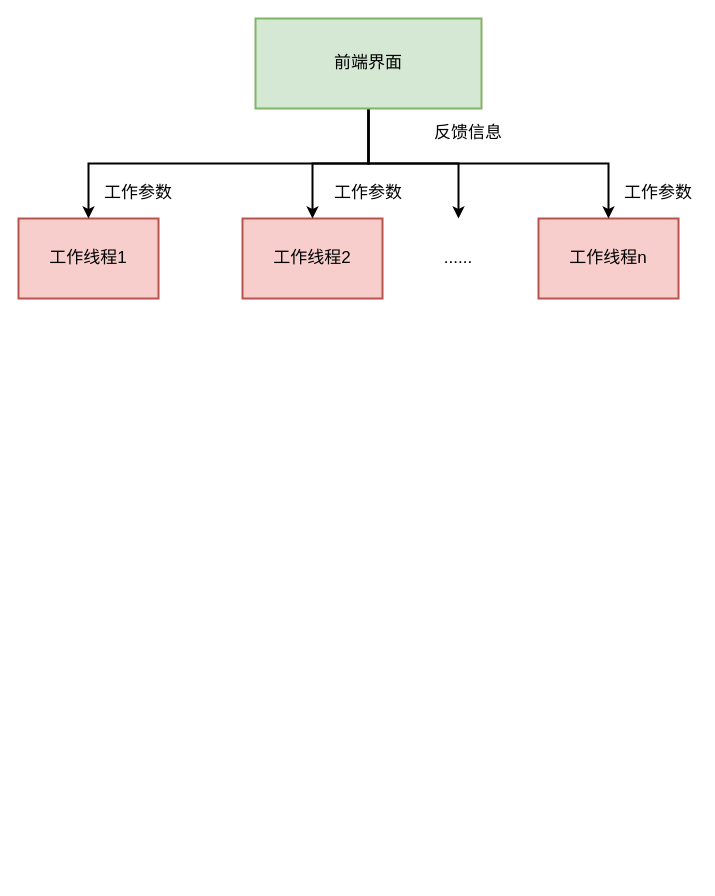
Before: Maps/networkLab.drawio in Icathian-Rain/process_maps, a draw.io diagram. Source tidied: cells renumbered, new cells numbered last; positions are measured from the earlier drawing's top-left corner, leaving out a move shared by most shapes. Both pictures are drawn from the tidied source at 100%, with x=0, y=0 at pixel (18, 18).
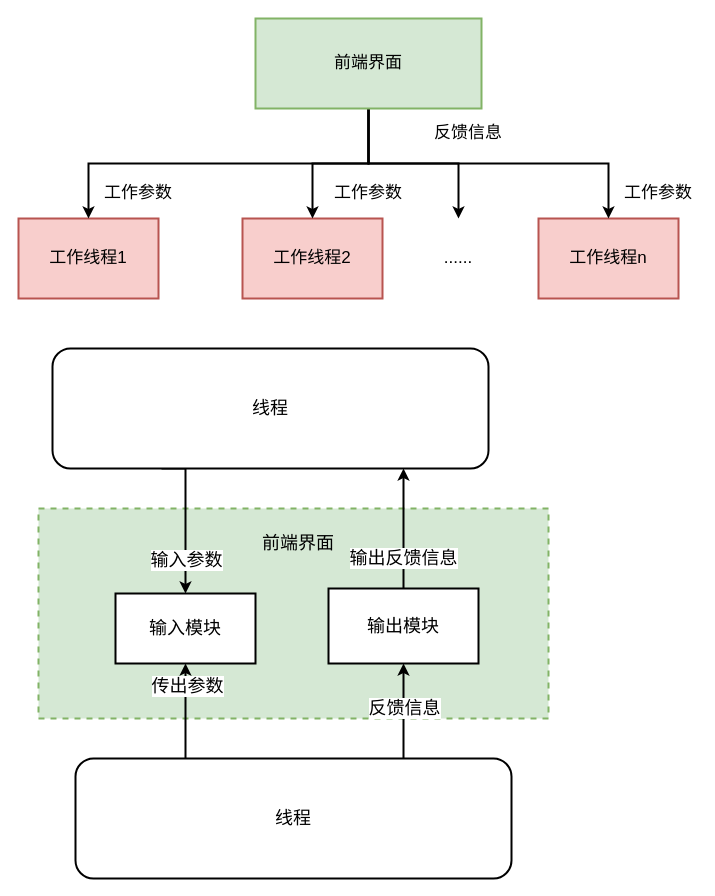
Above is the later version.

Change to the diagram source:
```diff
@@
+    <mxCell id="15" style="rounded=0;whiteSpace=wrap;html=1;strokeWidth=2;fontSize=17;dashed=1;fillColor=#d5e8d4;strokeColor=#82b366;" parent="1" vertex="1">
+      <mxGeometry x="20" y="490" width="510" height="210" as="geometry" />
+    </mxCell>
+    <mxCell id="16" value="前端界面" style="text;html=1;strokeColor=none;fillColor=none;align=center;verticalAlign=middle;whiteSpace=wrap;rounded=0;dashed=1;strokeWidth=2;fontSize=18;" parent="1" vertex="1">
+      <mxGeometry x="235" y="510" width="90" height="30" as="geometry" />
+    </mxCell>
+    <mxCell id="17" value="输入模块" style="rounded=0;whiteSpace=wrap;html=1;strokeWidth=2;fontSize=18;" parent="1" vertex="1">
+      <mxGeometry x="97" y="575" width="140" height="70" as="geometry" />
+    </mxCell>
+    <mxCell id="18" value="输出反馈信息" style="edgeStyle=orthogonalEdgeStyle;rounded=0;jettySize=auto;html=1;exitX=0.5;exitY=0;exitDx=0;exitDy=0;entryX=0.75;entryY=1;entryDx=0;entryDy=0;strokeWidth=2;fontSize=18;" parent="1" edge="1" source="19">
+      <mxGeometry x="-0.5" relative="1" as="geometry">
+        <mxPoint x="385" y="450" as="targetPoint" />
+      </mxGeometry>
+    </mxCell>
+    <mxCell id="19" value="输出模块" style="rounded=0;whiteSpace=wrap;html=1;strokeWidth=2;fontSize=18;" parent="1" vertex="1">
+      <mxGeometry x="310" y="570" width="150" height="75" as="geometry" />
+    </mxCell>
+    <mxCell id="20" style="edgeStyle=orthogonalEdgeStyle;rounded=0;jettySize=auto;html=1;exitX=0.75;exitY=0;exitDx=0;exitDy=0;strokeWidth=2;fontSize=18;" parent="1" edge="1" source="24" target="19">
+      <mxGeometry relative="1" as="geometry">
+        <Array as="points">
+          <mxPoint x="385" y="760" />
+        </Array>
+      </mxGeometry>
+    </mxCell>
+    <mxCell id="21" value="反馈信息" style="edgeLabel;html=1;align=center;verticalAlign=middle;fontSize=18;" parent="20" vertex="1">
+      <mxGeometry x="0.36" relative="1" as="geometry" />
+    </mxCell>
+    <mxCell id="22" style="edgeStyle=orthogonalEdgeStyle;rounded=0;jettySize=auto;html=1;exitX=0.25;exitY=0;exitDx=0;exitDy=0;entryX=0.5;entryY=1;entryDx=0;entryDy=0;strokeWidth=2;fontSize=18;" parent="1" edge="1" source="24" target="17">
+      <mxGeometry relative="1" as="geometry">
+        <Array as="points">
+          <mxPoint x="167" y="740" />
+        </Array>
+      </mxGeometry>
+    </mxCell>
+    <mxCell id="23" value="传出参数" style="edgeLabel;html=1;align=center;verticalAlign=middle;fontSize=18;" parent="22" vertex="1">
+      <mxGeometry x="-0.36" y="1" relative="1" as="geometry">
+        <mxPoint x="2" y="-43" as="offset" />
+      </mxGeometry>
+    </mxCell>
+    <mxCell id="24" value="线程" style="rounded=1;whiteSpace=wrap;html=1;strokeWidth=2;fontSize=18;" parent="1" vertex="1">
+      <mxGeometry x="57" y="740" width="436" height="120" as="geometry" />
+    </mxCell>
+    <mxCell id="25" style="edgeStyle=orthogonalEdgeStyle;rounded=0;jettySize=auto;html=1;exitX=0.25;exitY=1;exitDx=0;exitDy=0;strokeWidth=2;fontSize=18;" parent="1" edge="1" source="27" target="17">
+      <mxGeometry relative="1" as="geometry">
+        <Array as="points">
+          <mxPoint x="167" y="450" />
+        </Array>
+      </mxGeometry>
+    </mxCell>
+    <mxCell id="26" value="输入参数" style="edgeLabel;html=1;align=center;verticalAlign=middle;fontSize=18;" parent="25" vertex="1">
+      <mxGeometry x="0.34" y="-2" relative="1" as="geometry">
+        <mxPoint x="2" y="15" as="offset" />
+      </mxGeometry>
+    </mxCell>
+    <mxCell id="27" value="线程" style="rounded=1;whiteSpace=wrap;html=1;strokeWidth=2;fontSize=18;" parent="1" vertex="1">
+      <mxGeometry x="34" y="330" width="436" height="120" as="geometry" />
+    </mxCell>
```
